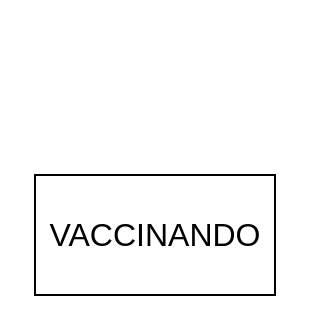
Earlier version of the draw.io diagram bd/Schema E/R.drawio (shaggyishere/VaccineDatabase). Source tidied: cells renumbered, new cells numbered last; positions are measured from the earlier drawing's top-left corner, leaving out a move shared by most shapes. Both pictures are drawn from the tidied source at 200%, with x=0, y=0 at pixel (34, 174).
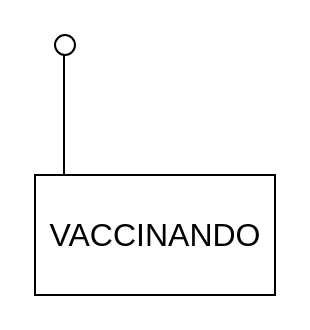
After the change.

The edit, as a diff of the source:
```diff
@@
 <mxGraphModel>
   <root>
     <mxCell id="0" />
     <mxCell id="1" parent="0" />
     <mxCell id="2" style="rounded=0;whiteSpace=wrap;html=1;" parent="1" vertex="1">
       <mxGeometry width="120" height="60" as="geometry" />
     </mxCell>
     <mxCell id="3" value="VACCINANDO" style="text;html=1;align=center;verticalAlign=middle;fillColor=none;strokeColor=none;rounded=0;fontSize=16;" parent="1" vertex="1">
       <mxGeometry y="20" width="120" height="20" as="geometry" />
     </mxCell>
+    <mxCell id="4" style="endArrow=none;html=1;" parent="1" edge="1">
+      <mxGeometry relative="1" as="geometry">
+        <mxPoint x="14.5" as="sourcePoint" />
+        <mxPoint x="14.5" y="-60" as="targetPoint" />
+      </mxGeometry>
+    </mxCell>
+    <mxCell id="5" style="ellipse;whiteSpace=wrap;html=1;" parent="1" vertex="1">
+      <mxGeometry x="10" y="-70" width="10" height="10" as="geometry" />
+    </mxCell>
   </root>
 </mxGraphModel>
```
